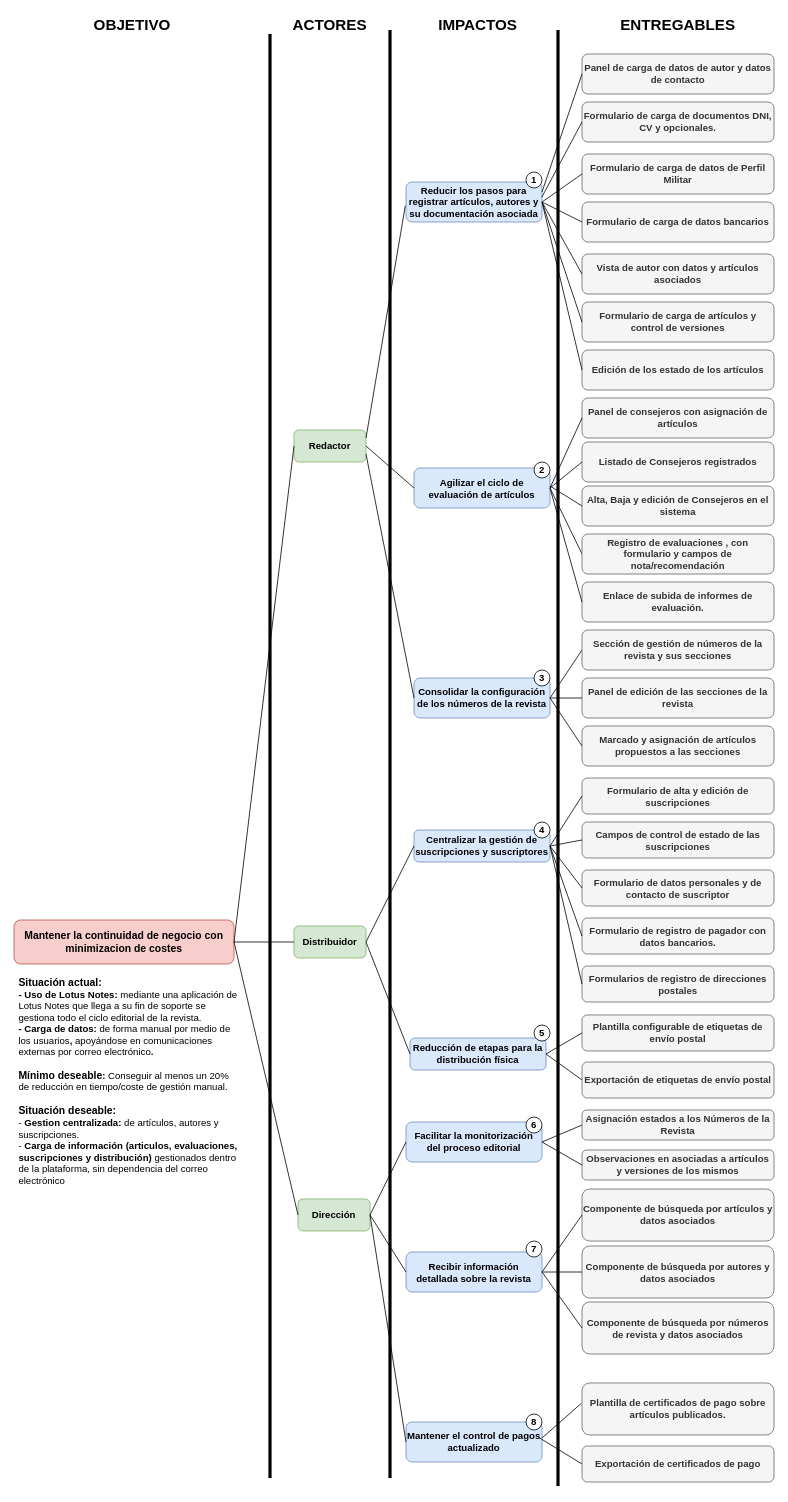
Above: Diagramas/ImpactMapV3.drawio in antrequenamartinez/Octubre_Revista_Ejercito_WIKI (draw.io), before the change. Source tidied: cells renumbered, new cells numbered last; positions are measured from the earlier drawing's top-left corner, leaving out a move shared by most shapes. Both pictures are drawn from the tidied source at 80%, with x=0, y=0 at pixel (14, 14).
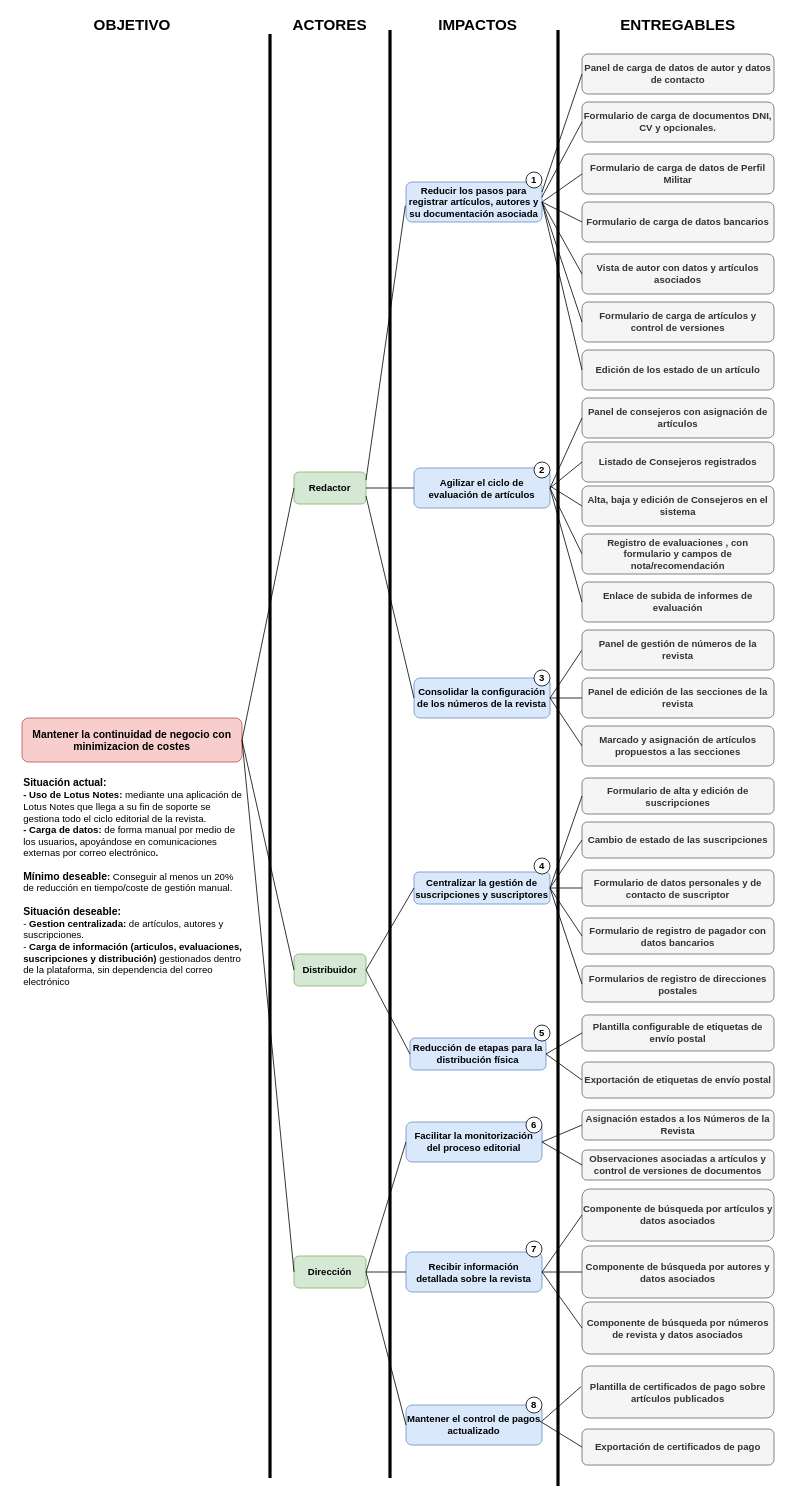
After the change.

Commit message (it also covers changes not shown here):
Nuevas versiones de MindMap e ImpactMap.

What changed in the source:
```diff
@@
     <mxCell id="2" value="&lt;b&gt;Mantener la continuidad de negocio con minimizacion de costes&lt;/b&gt;" style="rounded=1;whiteSpace=wrap;html=1;fillColor=#f8cecc;strokeColor=#b85450;fontSize=13;" parent="1" vertex="1">
-      <mxGeometry y="1132.5" width="275" height="55" as="geometry" />
+      <mxGeometry x="10" y="880" width="275" height="55" as="geometry" />
     </mxCell>
     <mxCell id="3" value="Redactor" style="rounded=1;whiteSpace=wrap;html=1;fontStyle=1;fillColor=#d5e8d4;strokeColor=#82b366;" parent="1" vertex="1">
-      <mxGeometry x="350" y="520" width="90" height="40" as="geometry" />
+      <mxGeometry x="350" y="572.5" width="90" height="40" as="geometry" />
     </mxCell>
     <mxCell id="4" value="Dirección" style="rounded=1;whiteSpace=wrap;html=1;fontStyle=1;fillColor=#d5e8d4;strokeColor=#82b366;" parent="1" vertex="1">
-      <mxGeometry x="355" y="1481.2" width="90" height="40" as="geometry" />
+      <mxGeometry x="350" y="1552.5" width="90" height="40" as="geometry" />
     </mxCell>
@@
     <mxCell id="8" value="Centralizar la gestión de suscripciones y suscriptores" style="rounded=1;whiteSpace=wrap;html=1;fontStyle=1;fillColor=#dae8fc;strokeColor=#6c8ebf;" parent="1" vertex="1">
-      <mxGeometry x="500" y="1020" width="170" height="40" as="geometry" />
+      <mxGeometry x="500" y="1072.5" width="170" height="40" as="geometry" />
     </mxCell>
@@
     <mxCell id="15" value="Distribuidor" style="rounded=1;whiteSpace=wrap;html=1;fontStyle=1;fillColor=#d5e8d4;strokeColor=#82b366;" parent="1" vertex="1">
-      <mxGeometry x="350" y="1140" width="90" height="40" as="geometry" />
+      <mxGeometry x="350" y="1175" width="90" height="40" as="geometry" />
     </mxCell>
@@
     <mxCell id="40" value="&lt;div&gt;&lt;b&gt;&lt;br&gt;&lt;/b&gt;&lt;/div&gt;&lt;div style=&quot;font-weight: bold;&quot;&gt;&lt;b&gt;&lt;font style=&quot;font-size: 13px;&quot;&gt;Situación actual:&lt;/font&gt;&lt;/b&gt;&lt;/div&gt;&lt;div style=&quot;&quot;&gt;&lt;b style=&quot;background-color: transparent; color: light-dark(rgb(0, 0, 0), rgb(255, 255, 255));&quot;&gt;- Uso de Lotus Notes: &lt;/b&gt;&lt;span style=&quot;background-color: transparent; color: light-dark(rgb(0, 0, 0), rgb(255, 255, 255));&quot;&gt;mediante una aplicación de Lotus Notes que llega a su fin de soporte se gestiona todo el ciclo editorial de la revista.&lt;/span&gt;&lt;br&gt;&lt;b style=&quot;background-color: transparent; color: light-dark(rgb(0, 0, 0), rgb(255, 255, 255));&quot;&gt;- Carga de datos: &lt;/b&gt;&lt;span style=&quot;background-color: transparent; color: light-dark(rgb(0, 0, 0), rgb(255, 255, 255));&quot;&gt;de forma manual por medio de los usuarios&lt;/span&gt;&lt;b style=&quot;background-color: transparent; color: light-dark(rgb(0, 0, 0), rgb(255, 255, 255));&quot;&gt;,&amp;nbsp;&lt;/b&gt;&lt;span style=&quot;background-color: transparent; color: light-dark(rgb(0, 0, 0), rgb(255, 255, 255));&quot;&gt;apoyándose en comunicaciones externas por correo electrónico&lt;/span&gt;&lt;b style=&quot;background-color: transparent; color: light-dark(rgb(0, 0, 0), rgb(255, 255, 255));&quot;&gt;.&lt;/b&gt;&lt;/div&gt;&lt;div style=&quot;&quot;&gt;&lt;span style=&quot;background-color: transparent; color: light-dark(rgb(0, 0, 0), rgb(255, 255, 255));&quot;&gt;&lt;br&gt;&lt;/span&gt;&lt;/div&gt;&lt;b&gt;&lt;font style=&quot;font-size: 13px;&quot;&gt;Mínimo deseable&lt;/font&gt;:&lt;/b&gt;&amp;nbsp;Conseguir al menos un &lt;span&gt;20% de reducción en tiempo/coste de gestión manual&lt;/span&gt;.&lt;div&gt;&lt;br&gt;&lt;div&gt;&lt;b&gt;&lt;font style=&quot;font-size: 13px;&quot;&gt;Situación deseable:&lt;/font&gt;&lt;/b&gt;&lt;/div&gt;&lt;div&gt;&lt;span style=&quot;background-color: transparent; color: light-dark(rgb(0, 0, 0), rgb(255, 255, 255));&quot;&gt;- &lt;b&gt;Gestion centralizada:&lt;/b&gt; de artículos, autores y suscripciones.&lt;/span&gt;&lt;br&gt;&lt;span style=&quot;background-color: transparent; color: light-dark(rgb(0, 0, 0), rgb(255, 255, 255));&quot;&gt;-&amp;nbsp;&lt;/span&gt;&lt;span style=&quot;background-color: transparent; color: light-dark(rgb(0, 0, 0), rgb(255, 255, 255));&quot;&gt;&lt;b&gt;Carga de información (articulos, evaluaciones, suscripciones y distribución)&lt;/b&gt; gestionados dentro de la plataforma, sin dependencia del correo electrónico&lt;/span&gt;&lt;br&gt;&lt;/div&gt;&lt;/div&gt;" style="text;html=1;align=left;verticalAlign=middle;whiteSpace=wrap;rounded=0;" parent="1" vertex="1">
-      <mxGeometry x="4" y="1199" width="280" height="255" as="geometry" />
+      <mxGeometry x="10" y="950" width="280" height="255" as="geometry" />
     </mxCell>
     <mxCell id="41" value="&lt;b&gt;&lt;font&gt;4&lt;/font&gt;&lt;/b&gt;" style="ellipse;whiteSpace=wrap;html=1;" parent="1" vertex="1">
-      <mxGeometry x="650" y="1010" width="20" height="20" as="geometry" />
+      <mxGeometry x="650" y="1055" width="20" height="20" as="geometry" />
     </mxCell>
@@
-    <mxCell id="52" value="Plantilla de certificados de pago sobre artículos publicados." style="rounded=1;whiteSpace=wrap;html=1;fontStyle=1;fillColor=#f5f5f5;fontColor=#333333;strokeColor=#666666;" parent="1" vertex="1">
-      <mxGeometry x="710" y="1711.2" width="240" height="65" as="geometry" />
+    <mxCell id="52" value="Plantilla de certificados de pago sobre artículos publicados" style="rounded=1;whiteSpace=wrap;html=1;fontStyle=1;fillColor=#f5f5f5;fontColor=#333333;strokeColor=#666666;" parent="1" vertex="1">
+      <mxGeometry x="710" y="1690" width="240" height="65" as="geometry" />
     </mxCell>
     <mxCell id="53" value="Mantener el control de pagos actualizado" style="rounded=1;whiteSpace=wrap;html=1;fontStyle=1;fillColor=#dae8fc;strokeColor=#6c8ebf;" parent="1" vertex="1">
-      <mxGeometry x="490" y="1760" width="170" height="50" as="geometry" />
+      <mxGeometry x="490" y="1738.8" width="170" height="50" as="geometry" />
     </mxCell>
@@
     <mxCell id="55" value="&lt;b&gt;8&lt;/b&gt;" style="ellipse;whiteSpace=wrap;html=1;" parent="1" vertex="1">
-      <mxGeometry x="640" y="1750" width="20" height="20" as="geometry" />
+      <mxGeometry x="640" y="1728.8" width="20" height="20" as="geometry" />
     </mxCell>
     <mxCell id="56" style="endArrow=none;html=1;rounded=0;entryX=-0.005;entryY=0.397;entryDx=0;entryDy=0;entryPerimeter=0;" parent="1" edge="1" target="52">
       <mxGeometry relative="1" as="geometry">
-        <mxPoint x="660" y="1780" as="sourcePoint" />
+        <mxPoint x="660" y="1758.8" as="sourcePoint" />
       </mxGeometry>
     </mxCell>
-    <mxCell id="57" value="Sección de gestión de números de la revista y sus secciones" style="rounded=1;whiteSpace=wrap;html=1;fontStyle=1;align=center;fillColor=#f5f5f5;fontColor=#333333;strokeColor=#666666;" parent="1" vertex="1">
+    <mxCell id="57" value="Panel de gestión de números de la revista" style="rounded=1;whiteSpace=wrap;html=1;fontStyle=1;align=center;fillColor=#f5f5f5;fontColor=#333333;strokeColor=#666666;" parent="1" vertex="1">
       <mxGeometry x="710" y="770" width="240" height="50" as="geometry" />
     </mxCell>
@@
-    <mxCell id="63" value="Edición de los estado de los artículos" style="rounded=1;whiteSpace=wrap;html=1;fontStyle=1;align=center;fillColor=#f5f5f5;fontColor=#333333;strokeColor=#666666;" parent="1" vertex="1">
+    <mxCell id="63" value="Edición de los estado de un artículo" style="rounded=1;whiteSpace=wrap;html=1;fontStyle=1;align=center;fillColor=#f5f5f5;fontColor=#333333;strokeColor=#666666;" parent="1" vertex="1">
       <mxGeometry x="710" y="420" width="240" height="50" as="geometry" />
     </mxCell>
@@
-    <mxCell id="67" value="Enlace de subida de informes de evaluación." style="rounded=1;whiteSpace=wrap;html=1;fontStyle=1;align=center;fillColor=#f5f5f5;fontColor=#333333;strokeColor=#666666;" parent="1" vertex="1">
+    <mxCell id="67" value="Enlace de subida de informes de evaluación" style="rounded=1;whiteSpace=wrap;html=1;fontStyle=1;align=center;fillColor=#f5f5f5;fontColor=#333333;strokeColor=#666666;" parent="1" vertex="1">
       <mxGeometry x="710" y="710" width="240" height="50" as="geometry" />
     </mxCell>
@@
-    <mxCell id="75" value="Alta, Baja y edición de Consejeros en el sistema" style="rounded=1;whiteSpace=wrap;html=1;fontStyle=1;align=center;fillColor=#f5f5f5;fontColor=#333333;strokeColor=#666666;" parent="1" vertex="1">
+    <mxCell id="75" value="Alta, baja y edición de Consejeros en el sistema" style="rounded=1;whiteSpace=wrap;html=1;fontStyle=1;align=center;fillColor=#f5f5f5;fontColor=#333333;strokeColor=#666666;" parent="1" vertex="1">
       <mxGeometry x="710" y="590" width="240" height="50" as="geometry" />
     </mxCell>
@@
-    <mxCell id="81" value="Campos de control de estado de las suscripciones" style="rounded=1;whiteSpace=wrap;html=1;fontStyle=1;fillColor=#f5f5f5;fontColor=#333333;strokeColor=#666666;" parent="1" vertex="1">
+    <mxCell id="81" value="Cambio de estado de las suscripciones" style="rounded=1;whiteSpace=wrap;html=1;fontStyle=1;fillColor=#f5f5f5;fontColor=#333333;strokeColor=#666666;" parent="1" vertex="1">
       <mxGeometry x="710" y="1010" width="240" height="45" as="geometry" />
     </mxCell>
@@
-    <mxCell id="84" value="Formulario de registro de pagador con datos bancarios." style="rounded=1;whiteSpace=wrap;html=1;fontStyle=1;fillColor=#f5f5f5;fontColor=#333333;strokeColor=#666666;" parent="1" vertex="1">
+    <mxCell id="84" value="Formulario de registro de pagador con datos bancarios" style="rounded=1;whiteSpace=wrap;html=1;fontStyle=1;fillColor=#f5f5f5;fontColor=#333333;strokeColor=#666666;" parent="1" vertex="1">
       <mxGeometry x="710" y="1130" width="240" height="45" as="geometry" />
     </mxCell>
@@
-    <mxCell id="91" value="Observaciones en asociadas a artículos y versiones de los mismos" style="rounded=1;whiteSpace=wrap;html=1;fontStyle=1;fillColor=#f5f5f5;fontColor=#333333;strokeColor=#666666;" parent="1" vertex="1">
+    <mxCell id="91" value="Observaciones asociadas a artículos y control de versiones de documentos" style="rounded=1;whiteSpace=wrap;html=1;fontStyle=1;fillColor=#f5f5f5;fontColor=#333333;strokeColor=#666666;" parent="1" vertex="1">
       <mxGeometry x="710" y="1420" width="240" height="37.5" as="geometry" />
     </mxCell>
@@
     <mxCell id="97" value="Exportación de certificados de pago" style="rounded=1;whiteSpace=wrap;html=1;fontStyle=1;fillColor=#f5f5f5;fontColor=#333333;strokeColor=#666666;" parent="1" vertex="1">
-      <mxGeometry x="710" y="1790" width="240" height="45" as="geometry" />
+      <mxGeometry x="710" y="1768.8" width="240" height="45" as="geometry" />
     </mxCell>
```
